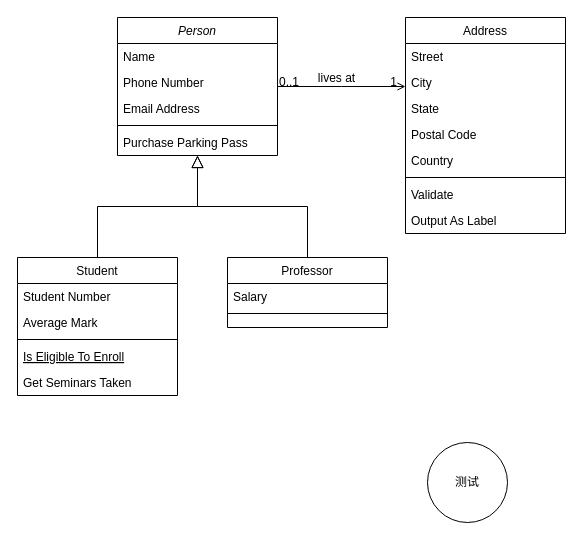
Before: 未命名绘图.drawio in derek2060/drawio, a draw.io diagram. Source tidied: cells renumbered, new cells numbered last; positions are measured from the earlier drawing's top-left corner, leaving out a move shared by most shapes. Both pictures are drawn from the tidied source at 100%, with x=0, y=0 at pixel (17, 17).
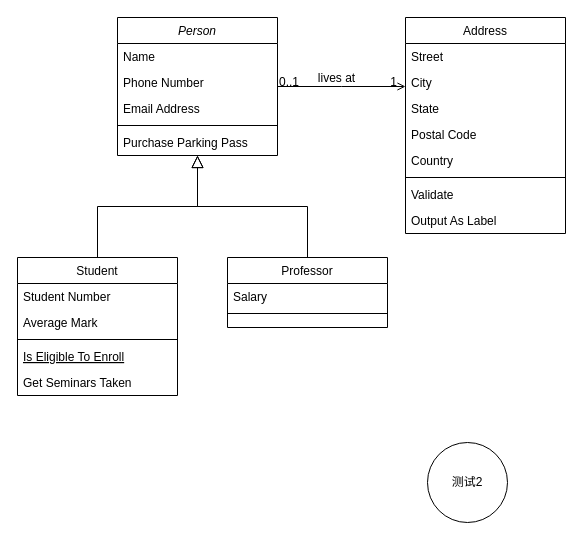
Above is the later version.

Change to the diagram source:
```diff
@@
-    <mxCell id="32" value="测试" style="ellipse;whiteSpace=wrap;html=1;" parent="1" vertex="1">
+    <mxCell id="32" value="测试2" style="ellipse;whiteSpace=wrap;html=1;" parent="1" vertex="1">
       <mxGeometry x="410" y="425" width="80" height="80" as="geometry" />
     </mxCell>
```
